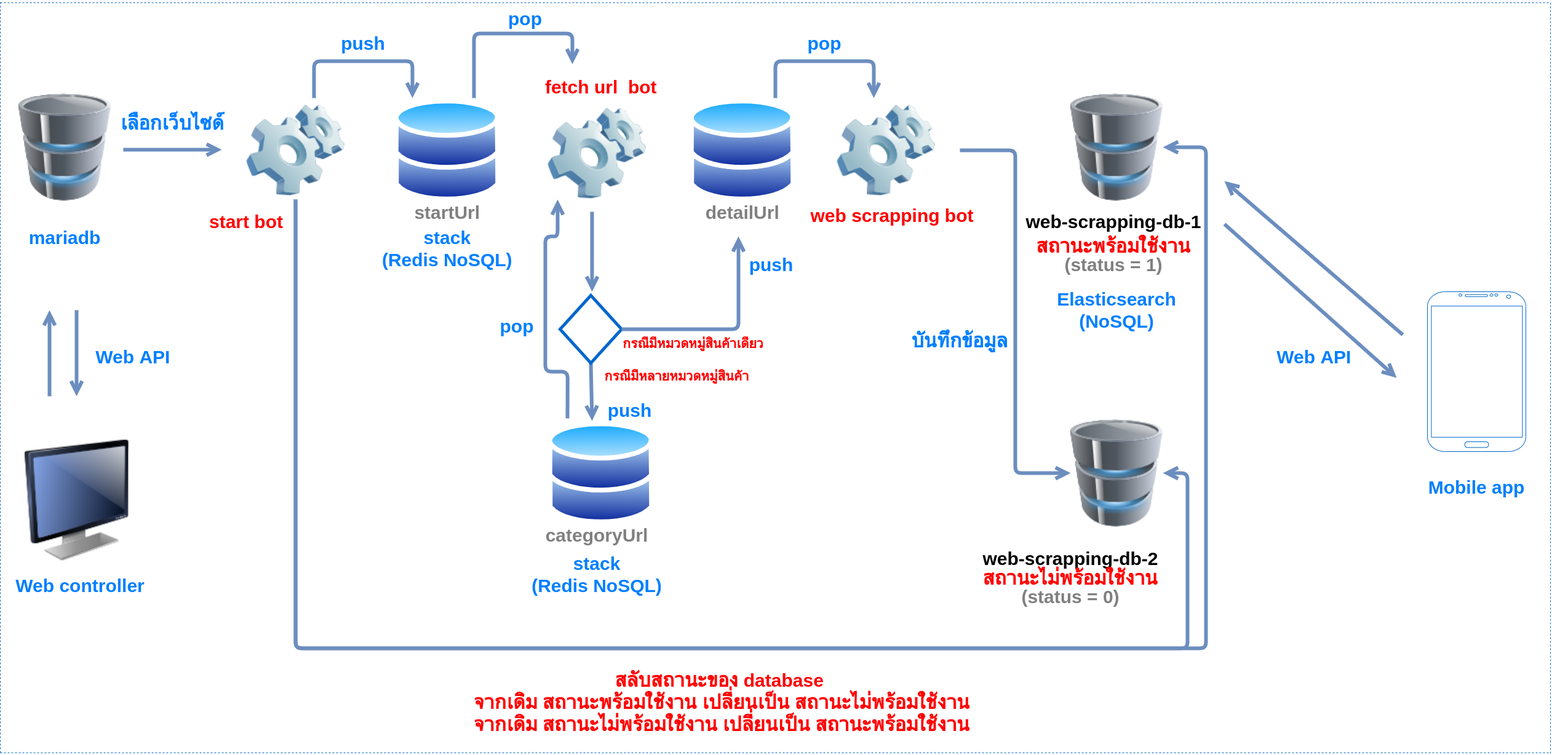
Earlier version of the draw.io export presentation/web-scrapping-system-latest.png (mandarinkb/project-final-document). Source tidied: cells renumbered, new cells last; positions are measured from the earlier drawing's top-left corner, leaving out a move shared by most shapes.
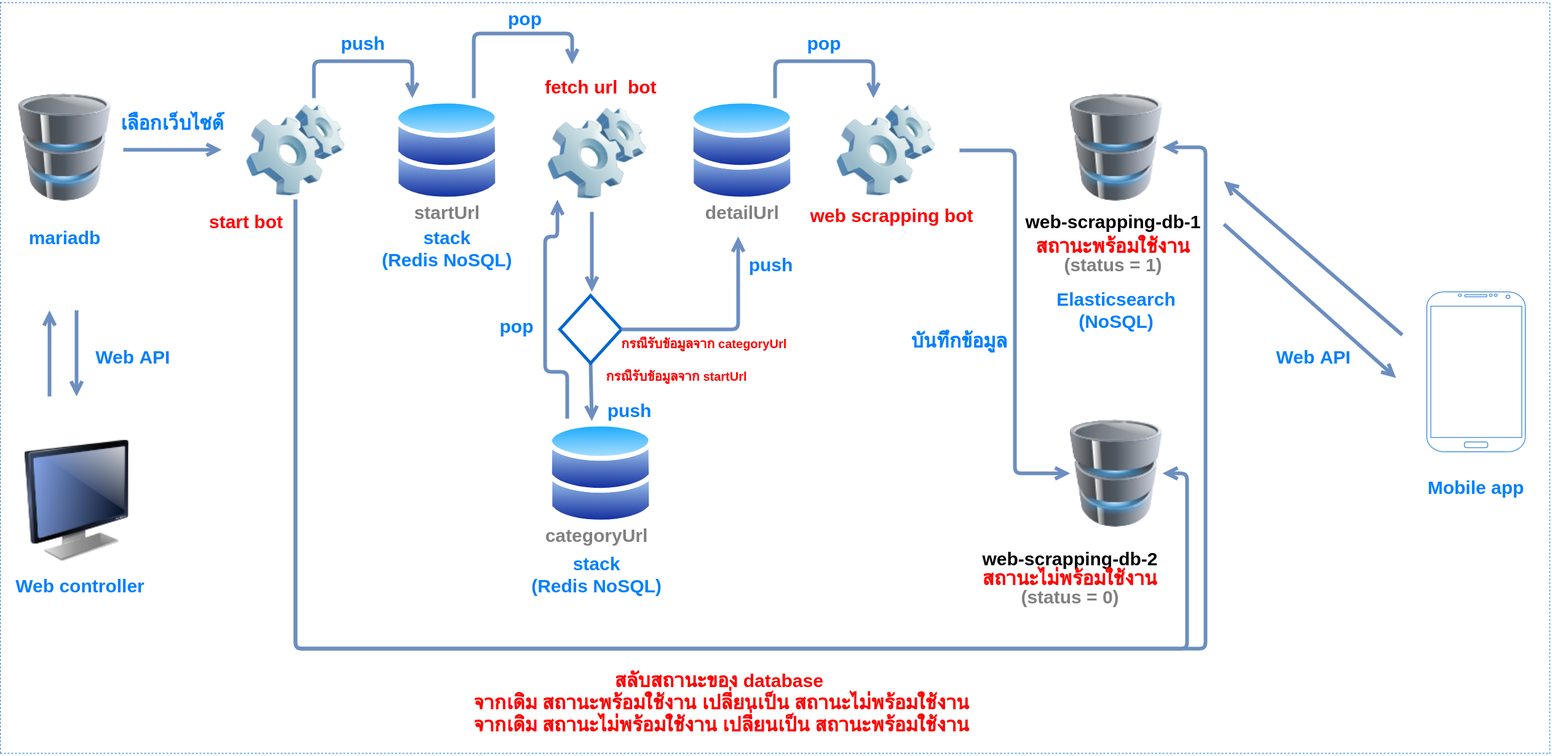
After the commit.

The edit, as a diff of the source:
```diff
@@ -185,10 +185,10 @@
         <mxPoint x="962" y="474" as="targetPoint" />
       </mxGeometry>
     </mxCell>
-    <mxCell id="45" value="กรณีมีหมวดหมู่สินค้าเดียว" style="text;align=center;fontStyle=1;verticalAlign=middle;spacingLeft=3;spacingRight=3;strokeColor=none;fontSize=20;fontColor=#FF0000;" parent="1" vertex="1">
-      <mxGeometry x="1086.7" y="544" width="80" height="26" as="geometry" />
+    <mxCell id="45" value="กรณีรับข้อมูลจาก categoryUrl" style="text;align=center;fontStyle=1;verticalAlign=middle;spacingLeft=3;spacingRight=3;strokeColor=none;fontSize=20;fontColor=#FF0000;" parent="1" vertex="1">
+      <mxGeometry x="1104.7" y="544" width="80" height="26" as="geometry" />
     </mxCell>
-    <mxCell id="46" value="กรณีมีหลายหมวดหมู่สินค้า" style="text;align=center;fontStyle=1;verticalAlign=middle;spacingLeft=3;spacingRight=3;strokeColor=none;fontSize=20;fontColor=#FF0000;" parent="1" vertex="1">
+    <mxCell id="46" value="กรณีรับข้อมูลจาก startUrl" style="text;align=center;fontStyle=1;verticalAlign=middle;spacingLeft=3;spacingRight=3;strokeColor=none;fontSize=20;fontColor=#FF0000;" parent="1" vertex="1">
       <mxGeometry x="1060" y="597" width="80" height="26" as="geometry" />
     </mxCell>
     <mxCell id="47" value="Web controller" style="text;align=center;fontStyle=1;verticalAlign=middle;spacingLeft=3;spacingRight=3;strokeColor=none;fontSize=30;fontColor=#007FFF;" parent="1" vertex="1">
```
